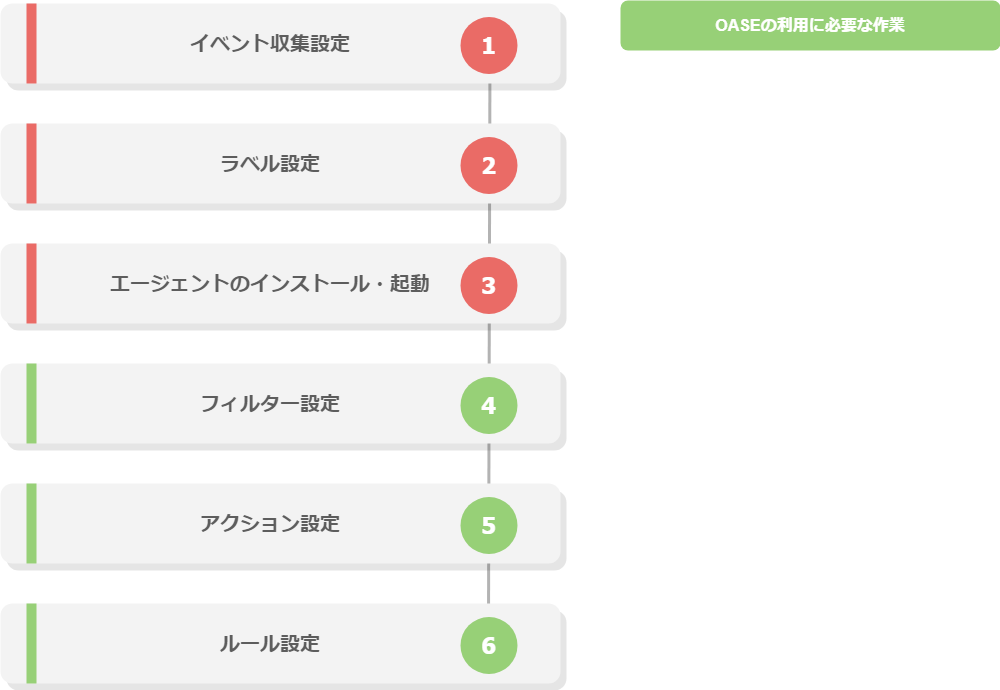
This is src/images/ja/oase/oase/oase_rule_process_v2-3.png from wreathvine/exastro-it-automation-docs-dev, a draw.io export, as it was before one commit. Source tidied: cells renumbered, new cells last; positions are measured from the earlier drawing's top-left corner, leaving out a move shared by most shapes. The source it was exported from:
```xml
<mxGraphModel>
  <root>
    <mxCell id="0" />
    <mxCell id="1" parent="0" />
    <mxCell id="2" style="endArrow=none;html=1;rounded=0;strokeColor=#B3B3B3;strokeWidth=3;" parent="1" edge="1">
      <mxGeometry relative="1" as="geometry">
        <mxPoint x="489.5" y="61" as="sourcePoint" />
        <mxPoint x="488" y="627.5" as="targetPoint" />
      </mxGeometry>
    </mxCell>
    <mxCell id="3" style="group;" parent="1" vertex="1">
      <mxGeometry width="566" height="90" as="geometry" />
    </mxCell>
    <mxCell id="4" style="rounded=1;whiteSpace=wrap;html=1;opacity=10;strokeColor=none;fillColor=#000000;shadow=0;" parent="3" vertex="1">
      <mxGeometry x="6" y="10" width="560" height="80" as="geometry" />
    </mxCell>
    <mxCell id="5" value="&lt;font size=&quot;1&quot; color=&quot;#5d5d5d&quot;&gt;&lt;b style=&quot;font-size: 20px;&quot;&gt;イベント収集設定&lt;/b&gt;&lt;/font&gt;" style="rounded=1;whiteSpace=wrap;html=1;strokeColor=none;fillColor=#F3F3F3;shadow=0;spacingRight=20;" parent="3" vertex="1">
      <mxGeometry y="3" width="560" height="80" as="geometry" />
    </mxCell>
    <mxCell id="6" style="rounded=0;whiteSpace=wrap;html=1;strokeColor=none;fillColor=#EA6B66;" parent="3" vertex="1">
      <mxGeometry x="26" y="3" width="10" height="80" as="geometry" />
    </mxCell>
    <mxCell id="7" value="1" style="ellipse;whiteSpace=wrap;html=1;fillColor=#EA6B66;strokeColor=none;fontSize=23;fontStyle=1;fontFamily=Tahoma;fontColor=#FFFFFF;" parent="3" vertex="1">
      <mxGeometry x="460" y="16.5" width="57" height="57" as="geometry" />
    </mxCell>
    <mxCell id="8" style="group;" parent="1" vertex="1">
      <mxGeometry y="120" width="566" height="90" as="geometry" />
    </mxCell>
    <mxCell id="9" style="rounded=1;whiteSpace=wrap;html=1;opacity=10;strokeColor=none;fillColor=#000000;shadow=0;" parent="8" vertex="1">
      <mxGeometry x="6" y="10" width="560" height="80" as="geometry" />
    </mxCell>
    <mxCell id="10" value="&lt;font size=&quot;1&quot; color=&quot;#5d5d5d&quot;&gt;&lt;b style=&quot;font-size: 20px;&quot;&gt;ラベル設定&lt;/b&gt;&lt;/font&gt;" style="rounded=1;whiteSpace=wrap;html=1;strokeColor=none;fillColor=#F3F3F3;shadow=0;spacingRight=20;" parent="8" vertex="1">
      <mxGeometry y="3" width="560" height="80" as="geometry" />
    </mxCell>
    <mxCell id="11" style="rounded=0;whiteSpace=wrap;html=1;strokeColor=none;fillColor=#EA6B66;" parent="8" vertex="1">
      <mxGeometry x="26" y="3" width="10" height="80" as="geometry" />
    </mxCell>
    <mxCell id="12" value="2" style="ellipse;whiteSpace=wrap;html=1;fillColor=#EA6B66;strokeColor=none;fontSize=23;fontStyle=1;fontFamily=Tahoma;fontColor=#FFFFFF;" parent="8" vertex="1">
      <mxGeometry x="460" y="16.5" width="57" height="57" as="geometry" />
    </mxCell>
    <mxCell id="13" style="group;" parent="1" vertex="1">
      <mxGeometry y="240" width="566" height="90" as="geometry" />
    </mxCell>
    <mxCell id="14" style="rounded=1;whiteSpace=wrap;html=1;opacity=10;strokeColor=none;fillColor=#000000;shadow=0;" parent="13" vertex="1">
      <mxGeometry x="6" y="10" width="560" height="80" as="geometry" />
    </mxCell>
    <mxCell id="15" value="&lt;font size=&quot;1&quot; color=&quot;#5d5d5d&quot;&gt;&lt;b style=&quot;font-size: 20px;&quot;&gt;エージェントのインストール・起動&lt;/b&gt;&lt;/font&gt;" style="rounded=1;whiteSpace=wrap;html=1;strokeColor=none;fillColor=#F3F3F3;shadow=0;spacingRight=20;" parent="13" vertex="1">
      <mxGeometry y="3" width="560" height="80" as="geometry" />
    </mxCell>
    <mxCell id="16" style="rounded=0;whiteSpace=wrap;html=1;strokeColor=none;fillColor=#EA6B66;" parent="13" vertex="1">
      <mxGeometry x="26" y="3" width="10" height="80" as="geometry" />
    </mxCell>
    <mxCell id="17" value="3" style="ellipse;whiteSpace=wrap;html=1;fillColor=#EA6B66;strokeColor=none;fontSize=23;fontStyle=1;fontFamily=Tahoma;fontColor=#FFFFFF;" parent="13" vertex="1">
      <mxGeometry x="460" y="16.5" width="57" height="57" as="geometry" />
    </mxCell>
    <mxCell id="18" style="group;" parent="1" vertex="1">
      <mxGeometry y="360" width="566" height="90" as="geometry" />
    </mxCell>
    <mxCell id="19" style="rounded=1;whiteSpace=wrap;html=1;opacity=10;strokeColor=none;fillColor=#000000;shadow=0;" parent="18" vertex="1">
      <mxGeometry x="6" y="10" width="560" height="80" as="geometry" />
    </mxCell>
    <mxCell id="20" value="&lt;font size=&quot;1&quot; color=&quot;#5d5d5d&quot;&gt;&lt;b style=&quot;font-size: 20px;&quot;&gt;フィルター設定&lt;/b&gt;&lt;/font&gt;" style="rounded=1;whiteSpace=wrap;html=1;strokeColor=none;fillColor=#F3F3F3;shadow=0;spacingRight=20;" parent="18" vertex="1">
      <mxGeometry y="3" width="560" height="80" as="geometry" />
    </mxCell>
    <mxCell id="21" style="rounded=0;whiteSpace=wrap;html=1;strokeColor=none;fillColor=#97D077;" parent="18" vertex="1">
      <mxGeometry x="26" y="3" width="10" height="80" as="geometry" />
    </mxCell>
    <mxCell id="22" value="4" style="ellipse;whiteSpace=wrap;html=1;fillColor=#97D077;strokeColor=none;fontSize=23;fontStyle=1;fontFamily=Tahoma;fontColor=#FFFFFF;" parent="18" vertex="1">
      <mxGeometry x="460" y="16.5" width="57" height="57" as="geometry" />
    </mxCell>
    <mxCell id="23" style="group;" parent="1" vertex="1">
      <mxGeometry y="480" width="566" height="90" as="geometry" />
    </mxCell>
    <mxCell id="24" style="rounded=1;whiteSpace=wrap;html=1;opacity=10;strokeColor=none;fillColor=#000000;shadow=0;" parent="23" vertex="1">
      <mxGeometry x="6" y="10" width="560" height="80" as="geometry" />
    </mxCell>
    <mxCell id="25" value="&lt;font size=&quot;1&quot; color=&quot;#5d5d5d&quot;&gt;&lt;b style=&quot;font-size: 20px;&quot;&gt;アクション設定&lt;/b&gt;&lt;/font&gt;" style="rounded=1;whiteSpace=wrap;html=1;strokeColor=none;fillColor=#F3F3F3;shadow=0;spacingRight=20;" parent="23" vertex="1">
      <mxGeometry y="3" width="560" height="80" as="geometry" />
    </mxCell>
    <mxCell id="26" style="rounded=0;whiteSpace=wrap;html=1;strokeColor=none;fillColor=#97D077;" parent="23" vertex="1">
      <mxGeometry x="26" y="3" width="10" height="80" as="geometry" />
    </mxCell>
    <mxCell id="27" value="5" style="ellipse;whiteSpace=wrap;html=1;fillColor=#97D077;strokeColor=none;fontSize=23;fontStyle=1;fontFamily=Tahoma;fontColor=#FFFFFF;" parent="23" vertex="1">
      <mxGeometry x="460" y="16.5" width="57" height="57" as="geometry" />
    </mxCell>
    <mxCell id="28" style="group;" parent="1" vertex="1">
      <mxGeometry y="600" width="566" height="90" as="geometry" />
    </mxCell>
    <mxCell id="29" style="rounded=1;whiteSpace=wrap;html=1;opacity=10;strokeColor=none;fillColor=#000000;shadow=0;" parent="28" vertex="1">
      <mxGeometry x="6" y="10" width="560" height="80" as="geometry" />
    </mxCell>
    <mxCell id="30" value="&lt;font size=&quot;1&quot; color=&quot;#5d5d5d&quot;&gt;&lt;b style=&quot;font-size: 20px;&quot;&gt;ルール設定&lt;/b&gt;&lt;/font&gt;" style="rounded=1;whiteSpace=wrap;html=1;strokeColor=none;fillColor=#F3F3F3;shadow=0;spacingRight=20;" parent="28" vertex="1">
      <mxGeometry y="3" width="560" height="80" as="geometry" />
    </mxCell>
    <mxCell id="31" style="rounded=0;whiteSpace=wrap;html=1;strokeColor=none;fillColor=#97D077;" parent="28" vertex="1">
      <mxGeometry x="26" y="3" width="10" height="80" as="geometry" />
    </mxCell>
    <mxCell id="32" value="6" style="ellipse;whiteSpace=wrap;html=1;fillColor=#97D077;strokeColor=none;fontSize=23;fontStyle=1;fontFamily=Tahoma;fontColor=#FFFFFF;" parent="28" vertex="1">
      <mxGeometry x="460" y="16.5" width="57" height="57" as="geometry" />
    </mxCell>
    <mxCell id="33" value="OASEの利用に必要な作業" style="rounded=1;whiteSpace=wrap;html=1;fontSize=16;fontStyle=1;strokeColor=none;fontColor=#ffffff;labelBackgroundColor=none;fillColor=#97D077;" parent="1" vertex="1">
      <mxGeometry x="620" width="380" height="50" as="geometry" />
    </mxCell>
  </root>
</mxGraphModel>
```
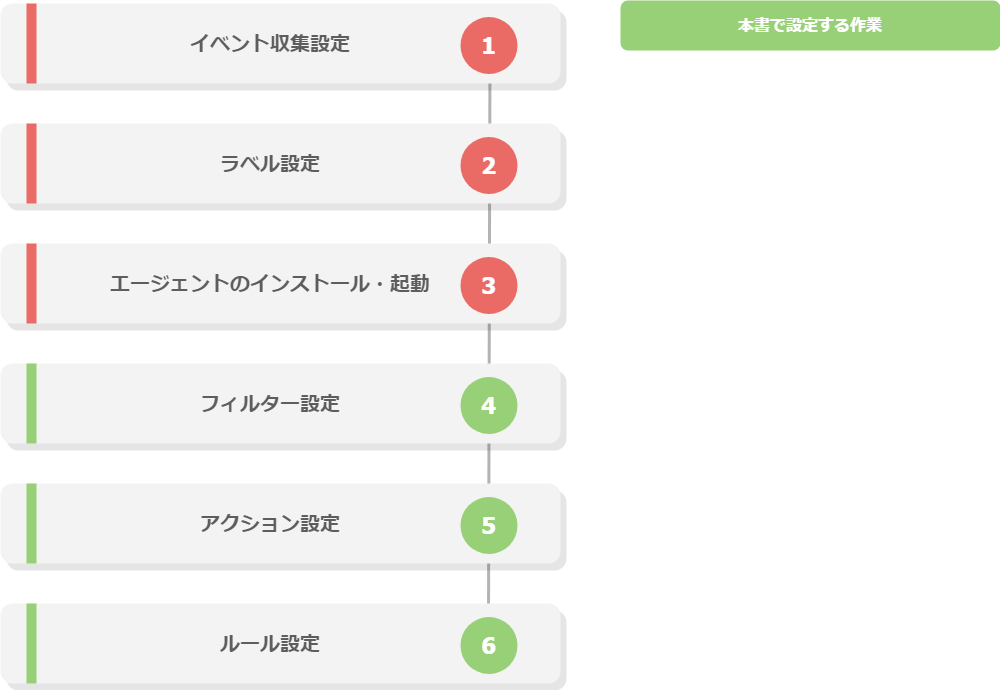
The same file after the commit.

Commit message:
作業フロー図微修正

Diff of the diagram source:
```diff
@@ -98,7 +98,7 @@
     <mxCell id="32" value="6" style="ellipse;whiteSpace=wrap;html=1;fillColor=#97D077;strokeColor=none;fontSize=23;fontStyle=1;fontFamily=Tahoma;fontColor=#FFFFFF;" parent="28" vertex="1">
       <mxGeometry x="460" y="16.5" width="57" height="57" as="geometry" />
     </mxCell>
-    <mxCell id="33" value="OASEの利用に必要な作業" style="rounded=1;whiteSpace=wrap;html=1;fontSize=16;fontStyle=1;strokeColor=none;fontColor=#ffffff;labelBackgroundColor=none;fillColor=#97D077;" parent="1" vertex="1">
+    <mxCell id="33" value="本書で設定する作業" style="rounded=1;whiteSpace=wrap;html=1;fontSize=16;fontStyle=1;strokeColor=none;fontColor=#ffffff;labelBackgroundColor=none;fillColor=#97D077;" parent="1" vertex="1">
       <mxGeometry x="620" width="380" height="50" as="geometry" />
     </mxCell>
   </root>
```
